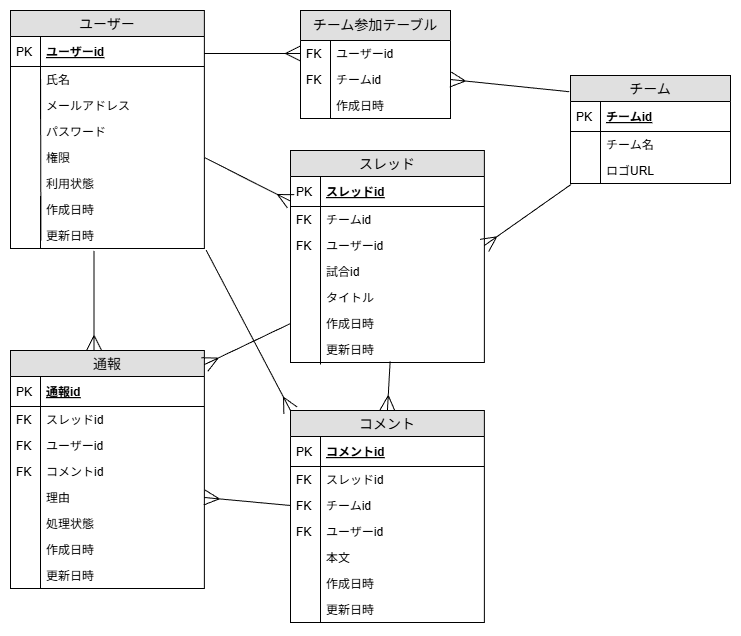
Earlier version of the draw.io export docs/images/er_diagram.png (theobuzz14-cmyk/premier_hub). Source tidied: cells renumbered, new cells last; positions are measured from the earlier drawing's top-left corner, leaving out a move shared by most shapes.
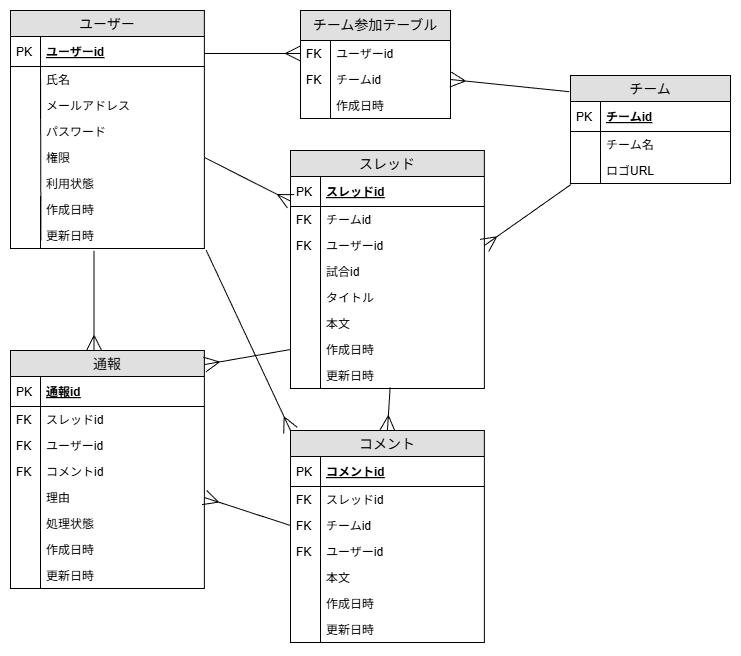
The same file after the commit.

Commit message:
[update]READMEに設計書を追記

What changed in the source:
```diff
@@ -72,7 +72,7 @@
       <mxGeometry width="30" height="26" as="geometry" />
     </mxCell>
     <mxCell id="24" value="スレッド" style="swimlane;fontStyle=0;horizontal=1;startSize=26;fillColor=#e0e0e0;swimlaneFillColor=#ffffff;align=center;fontSize=14;" parent="1" vertex="1">
-      <mxGeometry x="280" y="140" width="193.8" height="212" as="geometry" />
+      <mxGeometry x="280" y="140" width="193.8" height="238" as="geometry" />
     </mxCell>
     <mxCell id="25" value="スレッドid" style="shape=partialRectangle;top=0;left=0;right=0;bottom=1;align=left;verticalAlign=middle;fillColor=none;spacingLeft=34;spacingRight=4;overflow=hidden;points=[[0,0.5],[1,0.5]];portConstraint=eastwest;fontStyle=5;fontSize=12;" parent="24" vertex="1">
       <mxGeometry y="26" width="193.8" height="30" as="geometry" />
@@ -113,17 +113,20 @@
         <mxPoint x="30" y="134" as="targetPoint" />
       </mxGeometry>
     </mxCell>
+    <mxCell id="87" value="本文" style="shape=partialRectangle;top=0;left=0;right=0;bottom=0;align=left;verticalAlign=top;fillColor=none;spacingLeft=34;spacingRight=4;overflow=hidden;fontSize=12;" parent="24" vertex="1">
+      <mxGeometry y="160" width="193.8" height="26" as="geometry" />
+    </mxCell>
     <mxCell id="36" value="作成日時" style="shape=partialRectangle;top=0;left=0;right=0;bottom=0;align=left;verticalAlign=top;fillColor=none;spacingLeft=34;spacingRight=4;overflow=hidden;points=[[0,0.5],[1,0.5]];portConstraint=eastwest;fontSize=12;" parent="24" vertex="1">
-      <mxGeometry y="160" width="193.8" height="26" as="geometry" />
+      <mxGeometry y="186" width="193.8" height="26" as="geometry" />
     </mxCell>
     <mxCell id="37" value="更新日時" style="shape=partialRectangle;top=0;left=0;right=0;bottom=0;align=left;verticalAlign=top;fillColor=none;spacingLeft=34;spacingRight=4;overflow=hidden;points=[[0,0.5],[1,0.5]];portConstraint=eastwest;fontSize=12;" parent="24" vertex="1">
-      <mxGeometry y="186" width="193.8" height="26" as="geometry" />
+      <mxGeometry y="212" width="193.8" height="26" as="geometry" />
     </mxCell>
     <mxCell id="38" style="shape=partialRectangle;top=0;left=0;bottom=0;fillColor=none;align=left;verticalAlign=top;spacingLeft=4;spacingRight=4;overflow=hidden;fontSize=12;" parent="37" vertex="1">
       <mxGeometry width="30" height="26" as="geometry" />
     </mxCell>
     <mxCell id="39" value="コメント" style="swimlane;fontStyle=0;horizontal=1;startSize=26;fillColor=#e0e0e0;swimlaneFillColor=#ffffff;align=center;fontSize=14;" parent="1" vertex="1">
-      <mxGeometry x="280" y="400" width="193.8" height="212" as="geometry" />
+      <mxGeometry x="280" y="420" width="193.8" height="212" as="geometry" />
     </mxCell>
     <mxCell id="40" value="コメントid" style="shape=partialRectangle;top=0;left=0;right=0;bottom=1;align=left;verticalAlign=middle;fillColor=none;spacingLeft=34;spacingRight=4;overflow=hidden;fontStyle=5;fontSize=12;" parent="39" vertex="1">
       <mxGeometry y="26" width="193.8" height="30" as="geometry" />
```
